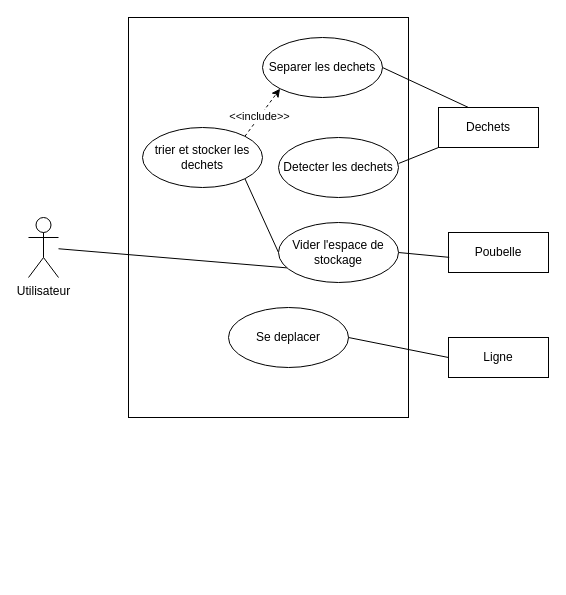
This is Diag/Diagramme des cas d'utilisation.drawio from neoluigi4123/Mbot, a draw.io file, before an edit. Source tidied: cells renumbered, new cells numbered last; positions are measured from the earlier drawing's top-left corner, leaving out a move shared by most shapes. Both pictures are drawn from the tidied source at 100%, with x=0, y=0 at pixel (28, 17).
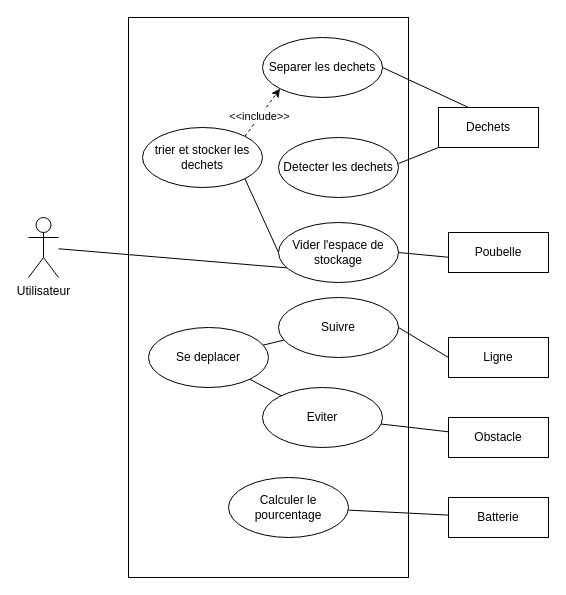
After the change.

Change to the diagram source:
```diff
@@
     <mxCell id="2" style="rounded=0;whiteSpace=wrap;html=1;" parent="1" vertex="1">
-      <mxGeometry x="100" width="280" height="400" as="geometry" />
+      <mxGeometry x="100" width="280" height="560" as="geometry" />
     </mxCell>
@@
-    <mxCell id="14" value="Se deplacer" style="ellipse;whiteSpace=wrap;html=1;" parent="1" vertex="1">
-      <mxGeometry x="200" y="290" width="120" height="60" as="geometry" />
+    <mxCell id="14" value="Suivre" style="ellipse;whiteSpace=wrap;html=1;" parent="1" vertex="1">
+      <mxGeometry x="250" y="280" width="120" height="60" as="geometry" />
     </mxCell>
@@
+    <mxCell id="20" value="Obstacle" style="rounded=0;whiteSpace=wrap;html=1;" parent="1" vertex="1">
+      <mxGeometry x="420" y="400" width="100" height="40" as="geometry" />
+    </mxCell>
+    <mxCell id="21" style="rounded=0;jettySize=auto;html=1;endArrow=none;endFill=0;" parent="1" edge="1" source="22" target="20">
+      <mxGeometry relative="1" as="geometry" />
+    </mxCell>
+    <mxCell id="22" value="Eviter" style="ellipse;whiteSpace=wrap;html=1;" parent="1" vertex="1">
+      <mxGeometry x="234" y="370" width="120" height="60" as="geometry" />
+    </mxCell>
+    <mxCell id="23" style="edgeStyle=none;rounded=0;jettySize=auto;html=1;endArrow=none;endFill=0;" parent="1" edge="1" source="25" target="22">
+      <mxGeometry relative="1" as="geometry" />
+    </mxCell>
+    <mxCell id="24" style="edgeStyle=none;rounded=0;jettySize=auto;html=1;endArrow=none;endFill=0;" parent="1" edge="1" source="25" target="14">
+      <mxGeometry relative="1" as="geometry" />
+    </mxCell>
+    <mxCell id="25" value="Se deplacer" style="ellipse;whiteSpace=wrap;html=1;" parent="1" vertex="1">
+      <mxGeometry x="120" y="310" width="120" height="60" as="geometry" />
+    </mxCell>
+    <mxCell id="26" style="edgeStyle=none;rounded=0;jettySize=auto;html=1;endArrow=none;endFill=0;" parent="1" edge="1" source="27" target="28">
+      <mxGeometry relative="1" as="geometry" />
+    </mxCell>
+    <mxCell id="27" value="Calculer le pourcentage" style="ellipse;whiteSpace=wrap;html=1;" parent="1" vertex="1">
+      <mxGeometry x="200" y="460" width="120" height="60" as="geometry" />
+    </mxCell>
+    <mxCell id="28" value="Batterie" style="rounded=0;whiteSpace=wrap;html=1;" parent="1" vertex="1">
+      <mxGeometry x="420" y="480" width="100" height="40" as="geometry" />
+    </mxCell>
```
